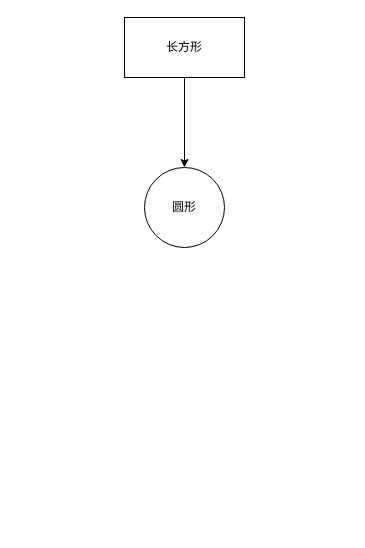
Earlier version of the draw.io diagram 未命名绘图.drawio (mnlin0905/GFT). Source tidied: cells renumbered, new cells numbered last; positions are measured from the earlier drawing's top-left corner, leaving out a move shared by most shapes. Both pictures are drawn from the tidied source at 100%, with x=0, y=0 at pixel (124, 17).
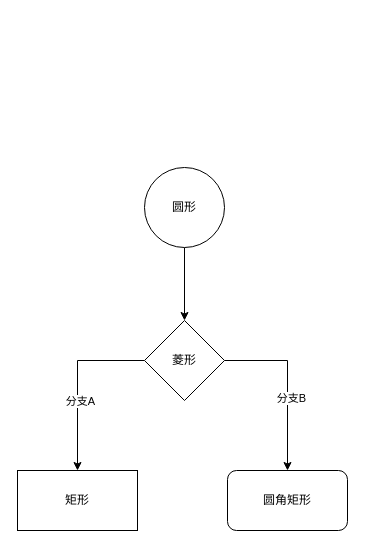
The same page after the edit.

Commit message:
更新未命名绘图.drawio

The edit, as a diff of the source:
```diff
@@
 <mxGraphModel>
   <root>
     <mxCell id="0" />
     <mxCell id="1" parent="0" />
-    <mxCell id="2" style="edgeStyle=orthogonalEdgeStyle;rounded=0;jettySize=auto;html=1;" parent="1" edge="1" source="3" target="4">
-      <mxGeometry relative="1" as="geometry" />
-    </mxCell>
-    <mxCell id="3" value="长方形" style="rounded=0;whiteSpace=wrap;html=1;" parent="1" vertex="1">
-      <mxGeometry width="120" height="60" as="geometry" />
-    </mxCell>
+    <mxCell id="5" value="矩形" style="rounded=0;whiteSpace=wrap;html=1;" parent="1" vertex="1">
+      <mxGeometry x="-107" y="453" width="120" height="60" as="geometry" />
+    </mxCell>
+    <mxCell id="6" style="edgeStyle=orthogonalEdgeStyle;rounded=0;jettySize=auto;html=1;entryX=0.5;entryY=0;entryDx=0;entryDy=0;" parent="1" edge="1" source="4" target="11">
+      <mxGeometry relative="1" as="geometry" />
+    </mxCell>
     <mxCell id="4" value="圆形" style="ellipse;whiteSpace=wrap;html=1;" parent="1" vertex="1">
       <mxGeometry x="20" y="150" width="80" height="80" as="geometry" />
     </mxCell>
+    <mxCell id="7" style="edgeStyle=orthogonalEdgeStyle;rounded=0;jettySize=auto;html=1;" parent="1" edge="1" source="11" target="5">
+      <mxGeometry relative="1" as="geometry" />
+    </mxCell>
+    <mxCell id="8" value="分支A" style="edgeLabel;html=1;align=center;verticalAlign=middle;" parent="7" vertex="1">
+      <mxGeometry x="0.21" y="2" relative="1" as="geometry" />
+    </mxCell>
+    <mxCell id="9" style="edgeStyle=orthogonalEdgeStyle;rounded=0;jettySize=auto;html=1;entryX=0.5;entryY=0;entryDx=0;entryDy=0;" parent="1" edge="1" source="11" target="12">
+      <mxGeometry relative="1" as="geometry" />
+    </mxCell>
+    <mxCell id="10" value="分支B" style="edgeLabel;html=1;align=center;verticalAlign=middle;" parent="9" vertex="1">
+      <mxGeometry x="0.16" y="3" relative="1" as="geometry" />
+    </mxCell>
+    <mxCell id="11" value="菱形" style="rhombus;whiteSpace=wrap;html=1;" parent="1" vertex="1">
+      <mxGeometry x="20" y="303" width="80" height="80" as="geometry" />
+    </mxCell>
+    <mxCell id="12" value="圆角矩形" style="rounded=1;whiteSpace=wrap;html=1;" parent="1" vertex="1">
+      <mxGeometry x="103" y="453" width="120" height="60" as="geometry" />
+    </mxCell>
   </root>
 </mxGraphModel>
```
